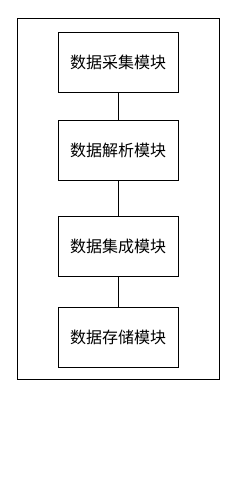
The draw.io diagram 专利处理流程图.drawio in fxfng/hello-world, before the edit. Source tidied: cells renumbered, new cells numbered last; positions are measured from the earlier drawing's top-left corner, leaving out a move shared by most shapes. Both pictures are drawn from the tidied source at 100%, with x=0, y=0 at pixel (17, 18).
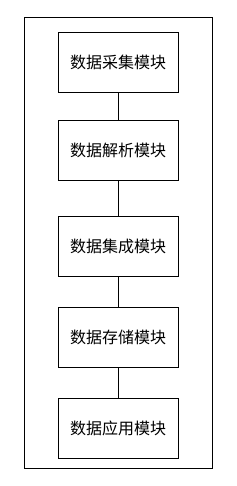
The same page after the edit.

Commit message:
补充应用模块.drawio

Change to the diagram source:
```diff
@@
 <mxGraphModel>
   <root>
     <mxCell id="0" />
     <mxCell id="1" parent="0" />
     <mxCell id="2" style="rounded=0;whiteSpace=wrap;html=1;" parent="1" vertex="1">
-      <mxGeometry width="202" height="361" as="geometry" />
+      <mxGeometry x="7" y="-1" width="188" height="451" as="geometry" />
     </mxCell>
     <mxCell id="3" style="edgeStyle=orthogonalEdgeStyle;rounded=0;jettySize=auto;html=1;exitX=0.5;exitY=1;exitDx=0;exitDy=0;entryX=0.5;entryY=0;entryDx=0;entryDy=0;endArrow=none;endFill=0;" parent="1" edge="1" source="4" target="7">
       <mxGeometry relative="1" as="geometry" />
     </mxCell>
     <mxCell id="4" value="数据采集模块" style="rounded=0;whiteSpace=wrap;html=1;fontSize=16;" parent="1" vertex="1">
       <mxGeometry x="41" y="14" width="120" height="60" as="geometry" />
     </mxCell>
+    <mxCell id="10" style="edgeStyle=orthogonalEdgeStyle;rounded=0;jettySize=auto;html=1;endArrow=none;endFill=0;" parent="1" edge="1" source="5" target="11">
+      <mxGeometry relative="1" as="geometry" />
+    </mxCell>
     <mxCell id="5" value="数据存储模块" style="rounded=0;whiteSpace=wrap;html=1;fontSize=16;" parent="1" vertex="1">
       <mxGeometry x="41" y="289" width="120" height="60" as="geometry" />
     </mxCell>
     <mxCell id="6" style="edgeStyle=orthogonalEdgeStyle;rounded=0;jettySize=auto;html=1;entryX=0.5;entryY=0;entryDx=0;entryDy=0;endArrow=none;endFill=0;" parent="1" edge="1" source="7" target="9">
       <mxGeometry relative="1" as="geometry" />
     </mxCell>
     <mxCell id="7" value="数据解析模块" style="rounded=0;whiteSpace=wrap;html=1;fontSize=16;" parent="1" vertex="1">
       <mxGeometry x="41" y="102" width="120" height="60" as="geometry" />
     </mxCell>
     <mxCell id="8" style="edgeStyle=orthogonalEdgeStyle;rounded=0;jettySize=auto;html=1;exitX=0.5;exitY=1;exitDx=0;exitDy=0;entryX=0.5;entryY=0;entryDx=0;entryDy=0;endArrow=none;endFill=0;" parent="1" edge="1" source="9" target="5">
       <mxGeometry relative="1" as="geometry" />
     </mxCell>
     <mxCell id="9" value="数据集成模块" style="rounded=0;whiteSpace=wrap;html=1;fontSize=16;" parent="1" vertex="1">
       <mxGeometry x="41" y="198" width="120" height="60" as="geometry" />
     </mxCell>
+    <mxCell id="11" value="数据应用模块" style="rounded=0;whiteSpace=wrap;html=1;fontSize=16;" parent="1" vertex="1">
+      <mxGeometry x="41" y="380" width="120" height="60" as="geometry" />
+    </mxCell>
   </root>
 </mxGraphModel>
```
